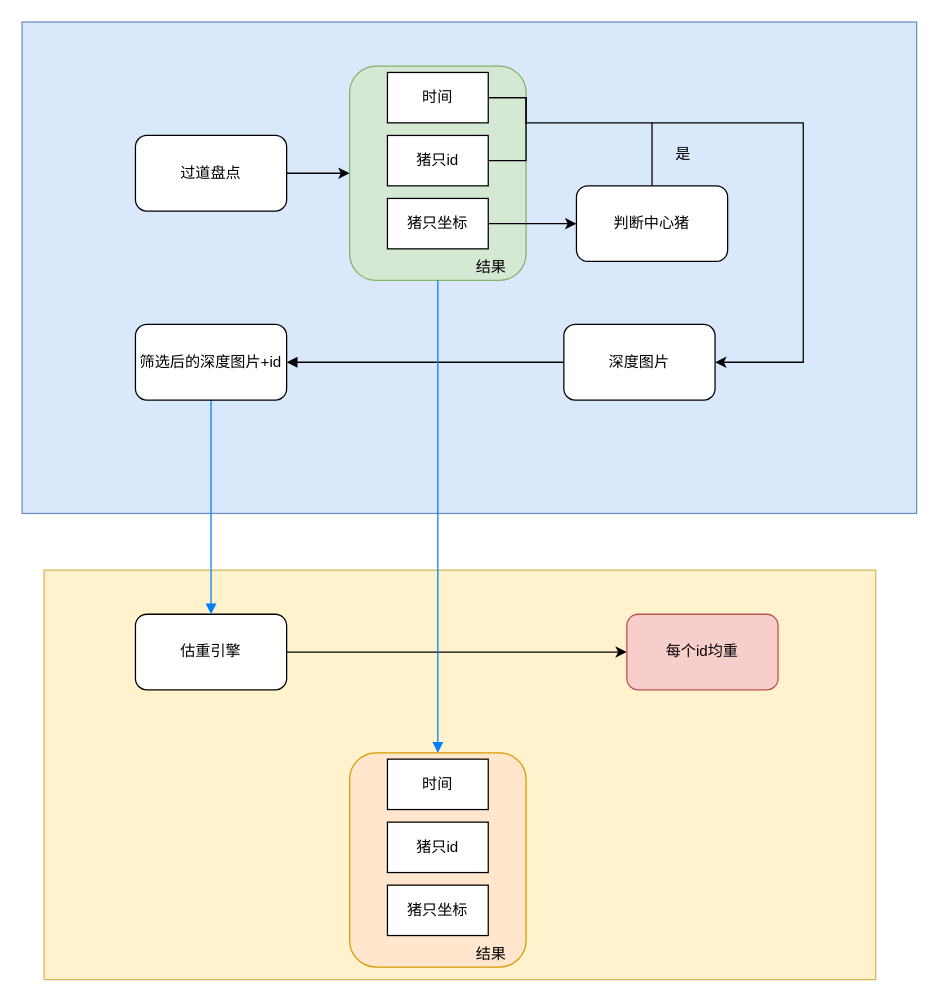
Above: axile.drawio in yzy1421/Amateur-women-basketball-in-China (draw.io), before the change. Source tidied: cells renumbered, new cells numbered last; positions are measured from the earlier drawing's top-left corner, leaving out a move shared by most shapes. Both pictures are drawn from the tidied source at 126%, with x=0, y=0 at pixel (21, 21).
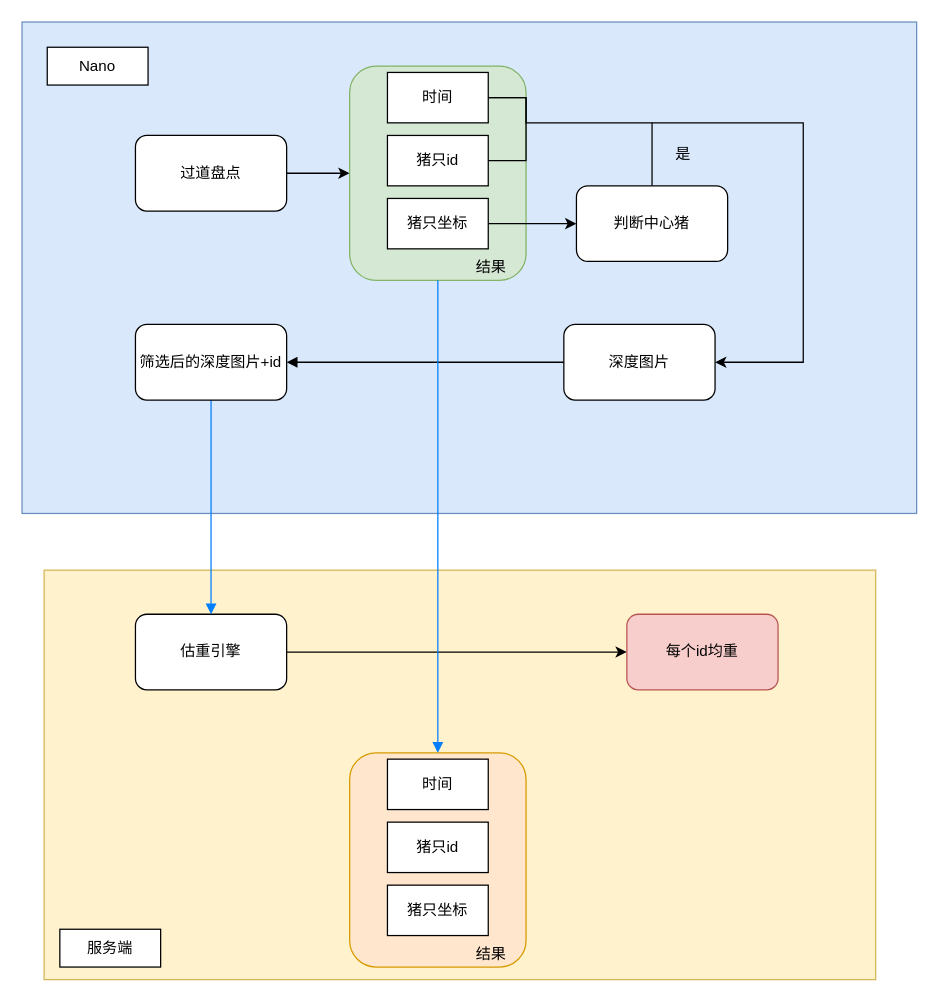
The same diagram, later.

Change to the diagram source:
```diff
@@
+    <mxCell id="30" value="Nano" style="rounded=0;whiteSpace=wrap;html=1;" parent="1" vertex="1">
+      <mxGeometry x="20" y="20" width="80" height="30" as="geometry" />
+    </mxCell>
+    <mxCell id="31" value="服务端" style="rounded=0;whiteSpace=wrap;html=1;" parent="1" vertex="1">
+      <mxGeometry x="30" y="720" width="80" height="30" as="geometry" />
+    </mxCell>
```
